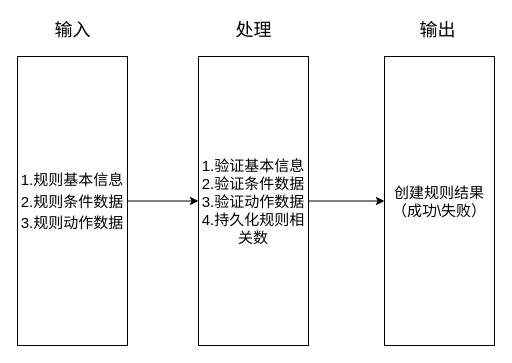
Before: 设备消息解析IPO.drawio in wjwzero/DesignDrawing-, a draw.io diagram. Source tidied: cells renumbered, new cells numbered last; positions are measured from the earlier drawing's top-left corner, leaving out a move shared by most shapes. Both pictures are drawn from the tidied source at 100%, with x=0, y=0 at pixel (17, 17).
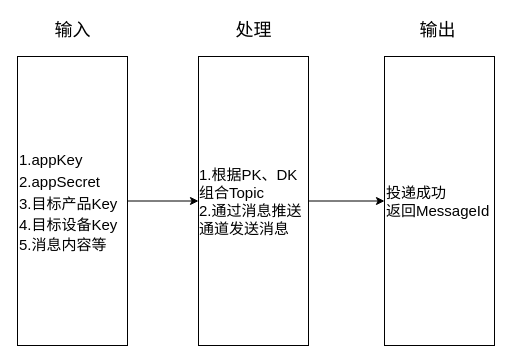
The same page after the edit.

Commit message (it also covers changes not shown here):
更新设备消息解析IPO.drawio

Change to the diagram source:
```diff
@@
 <mxGraphModel>
   <root>
     <mxCell id="0" />
     <mxCell id="1" parent="0" />
     <mxCell id="2" style="group;" parent="1" vertex="1">
       <mxGeometry width="477" height="328" as="geometry" />
     </mxCell>
     <mxCell id="3" style="group;" parent="2" vertex="1">
       <mxGeometry x="367" width="110" height="328" as="geometry" />
     </mxCell>
-    <mxCell id="4" value="创建规则结果（成功\失败）&lt;br&gt;" style="rounded=0;whiteSpace=wrap;html=1;fontSize=15;" parent="3" vertex="1">
+    <mxCell id="4" value="投递成功&lt;br&gt;返回MessageId" style="rounded=0;whiteSpace=wrap;html=1;fontSize=15;align=left;" parent="3" vertex="1">
       <mxGeometry y="39" width="110" height="289" as="geometry" />
     </mxCell>
     <mxCell id="5" value="输出" style="text;html=1;align=center;verticalAlign=middle;fontSize=18;" parent="3" vertex="1">
       <mxGeometry x="30" width="46" height="26" as="geometry" />
     </mxCell>
     <mxCell id="6" style="group;" parent="2" vertex="1">
       <mxGeometry x="181" width="110" height="328" as="geometry" />
     </mxCell>
-    <mxCell id="7" value="&lt;font style=&quot;font-size: 15px&quot;&gt;1.验证基本信息&lt;br&gt;2.验证条件数据&lt;br&gt;3.验证动作数据&lt;br&gt;4.持久化规则相关数&lt;br&gt;&lt;/font&gt;" style="rounded=0;whiteSpace=wrap;html=1;fontSize=15;" parent="6" vertex="1">
+    <mxCell id="7" value="&lt;div style=&quot;text-align: left&quot;&gt;&lt;span&gt;1.根据PK、DK组合Topic&lt;/span&gt;&lt;/div&gt;&lt;font style=&quot;font-size: 15px&quot;&gt;&lt;div style=&quot;text-align: left&quot;&gt;&lt;span&gt;2.通过消息推送通道发送消息&lt;/span&gt;&lt;/div&gt;&lt;/font&gt;" style="rounded=0;whiteSpace=wrap;html=1;fontSize=15;" parent="6" vertex="1">
       <mxGeometry y="39" width="110" height="289" as="geometry" />
     </mxCell>
     <mxCell id="8" value="处理" style="text;html=1;align=center;verticalAlign=middle;fontSize=18;" parent="6" vertex="1">
       <mxGeometry x="32" width="46" height="26" as="geometry" />
     </mxCell>
     <mxCell id="9" style="group;" parent="2" vertex="1">
       <mxGeometry width="110" height="328" as="geometry" />
     </mxCell>
-    <mxCell id="10" value="&lt;font style=&quot;font-size: 15px&quot;&gt;1.规则基本信息&lt;br&gt;2.规则条件数据&lt;br&gt;3.规则动作数据&lt;br&gt;&lt;/font&gt;" style="rounded=0;whiteSpace=wrap;html=1;fontSize=18;" parent="9" vertex="1">
+    <mxCell id="10" value="&lt;font style=&quot;font-size: 15px&quot;&gt;1.appKey&lt;br&gt;2.appSecret&lt;br&gt;3.目标产品Key&lt;br&gt;4.目标设备Key&lt;br&gt;&lt;div&gt;&lt;span&gt;5.消息内容等&lt;/span&gt;&lt;/div&gt;&lt;/font&gt;" style="rounded=0;whiteSpace=wrap;html=1;fontSize=18;align=left;" parent="9" vertex="1">
       <mxGeometry y="39" width="110" height="289" as="geometry" />
     </mxCell>
     <mxCell id="11" value="输入" style="text;html=1;align=center;verticalAlign=middle;fontSize=18;" parent="9" vertex="1">
       <mxGeometry x="32" width="46" height="26" as="geometry" />
     </mxCell>
     <mxCell id="12" style="endArrow=classic;html=1;fontSize=18;exitX=1;exitY=0.5;exitDx=0;exitDy=0;" parent="2" edge="1" source="10" target="7">
       <mxGeometry relative="1" as="geometry" />
     </mxCell>
     <mxCell id="13" style="edgeStyle=orthogonalEdgeStyle;rounded=0;jettySize=auto;html=1;exitX=1;exitY=0.5;exitDx=0;exitDy=0;entryX=0;entryY=0.5;entryDx=0;entryDy=0;endArrow=classic;endFill=1;fontSize=18;" parent="2" edge="1" source="7" target="4">
       <mxGeometry relative="1" as="geometry" />
     </mxCell>
   </root>
 </mxGraphModel>
```
